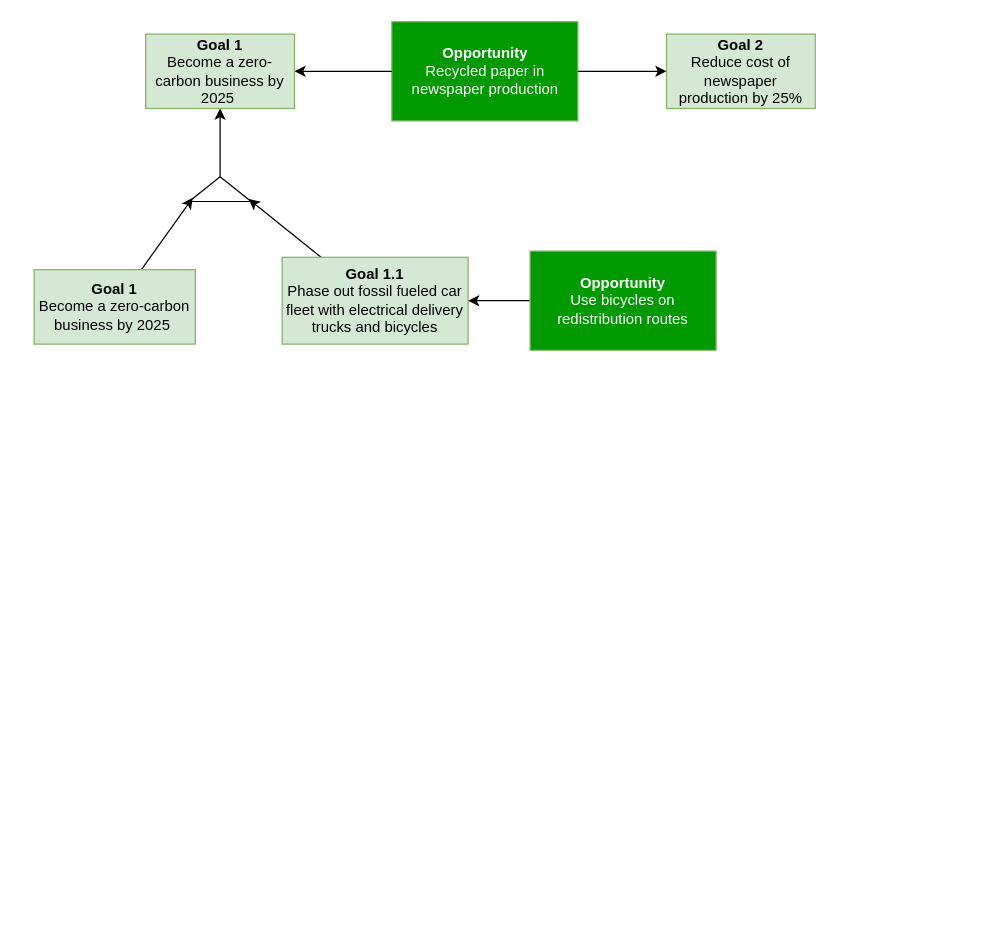
The draw.io diagram TS_4EM.drawio in gullskatten/TS-models-4em-archi, before the edit. Source tidied: cells renumbered, new cells numbered last; positions are measured from the earlier drawing's top-left corner, leaving out a move shared by most shapes. Both pictures are drawn from the tidied source at 124%, with x=0, y=0 at pixel (33, 21).
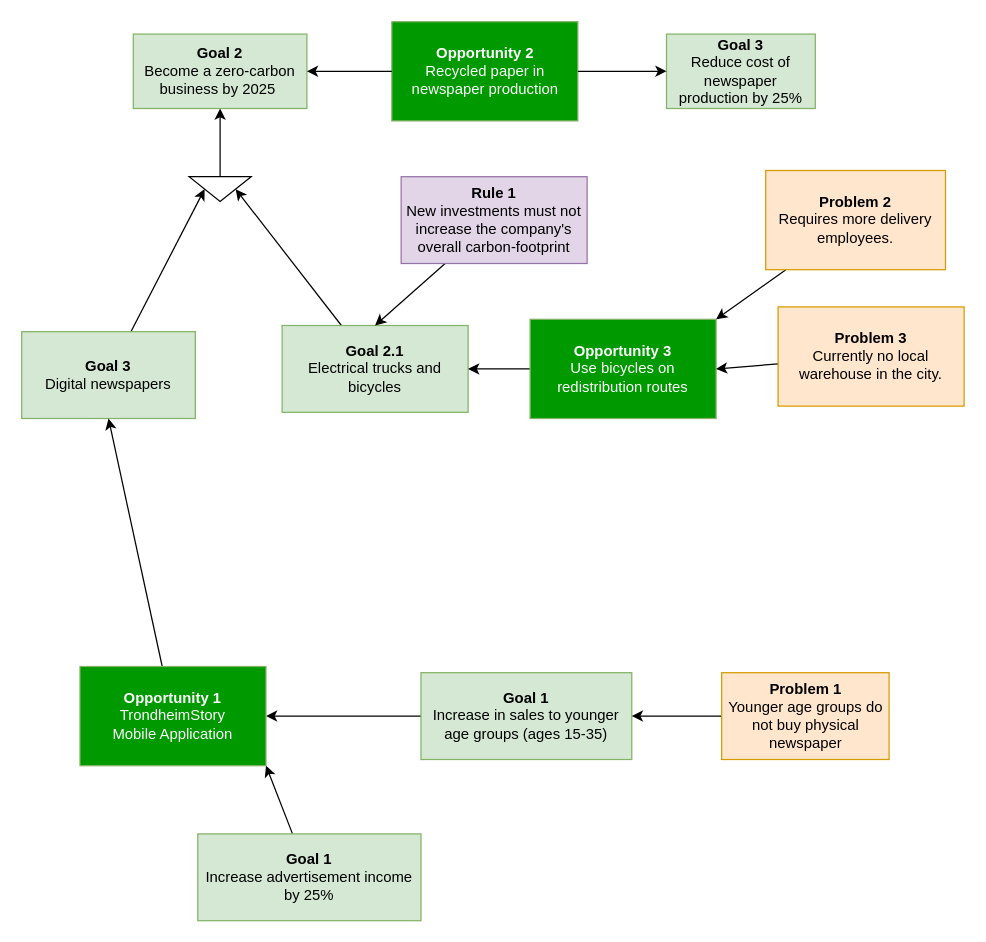
The same page after the edit.

Diff of the diagram source:
```diff
@@
-    <mxCell id="2" style="edgeStyle=orthogonalEdgeStyle;rounded=0;jettySize=auto;html=1;exitX=1;exitY=0.5;exitDx=0;exitDy=0;fontColor=#FFFFFF;entryX=0.5;entryY=1;entryDx=0;entryDy=0;" parent="1" edge="1" source="3" target="4">
+    <mxCell id="2" style="edgeStyle=orthogonalEdgeStyle;rounded=0;jettySize=auto;html=1;exitX=0;exitY=0.5;exitDx=0;exitDy=0;fontColor=#FFFFFF;entryX=0.5;entryY=1;entryDx=0;entryDy=0;" parent="1" edge="1" source="3" target="4">
       <mxGeometry relative="1" as="geometry" />
     </mxCell>
-    <mxCell id="3" style="triangle;whiteSpace=wrap;html=1;rotation=-90;" parent="1" vertex="1">
+    <mxCell id="3" style="triangle;whiteSpace=wrap;html=1;rotation=90;" parent="1" vertex="1">
       <mxGeometry x="140" y="110" width="20" height="50" as="geometry" />
     </mxCell>
-    <mxCell id="4" value="&lt;b&gt;Goal 1&lt;/b&gt;&lt;br&gt;Become a zero-carbon business by 2025&amp;nbsp;" style="rounded=0;whiteSpace=wrap;html=1;fillColor=#d5e8d4;strokeColor=#82b366;" parent="1" vertex="1">
-      <mxGeometry x="90" y="10" width="120" height="60" as="geometry" />
+    <mxCell id="4" value="&lt;b&gt;Goal 2&lt;/b&gt;&lt;br&gt;Become a zero-carbon business by 2025&amp;nbsp;" style="rounded=0;whiteSpace=wrap;html=1;fillColor=#d5e8d4;strokeColor=#82b366;" parent="1" vertex="1">
+      <mxGeometry x="80" y="10" width="140" height="60" as="geometry" />
     </mxCell>
-    <mxCell id="5" value="&lt;b&gt;Goal 2&lt;/b&gt;&lt;br&gt;Reduce cost of newspaper production by 25%" style="rounded=0;whiteSpace=wrap;html=1;fillColor=#d5e8d4;strokeColor=#82b366;" parent="1" vertex="1">
+    <mxCell id="5" value="&lt;b&gt;Goal 3&lt;/b&gt;&lt;br&gt;Reduce cost of newspaper production by 25%" style="rounded=0;whiteSpace=wrap;html=1;fillColor=#d5e8d4;strokeColor=#82b366;" parent="1" vertex="1">
       <mxGeometry x="510" y="10" width="120" height="60" as="geometry" />
     </mxCell>
-    <mxCell id="6" value="&lt;b&gt;Opportunity&lt;/b&gt;&lt;br&gt;Recycled paper in newspaper production" style="rounded=0;whiteSpace=wrap;html=1;strokeColor=#82b366;fontColor=#FFFFFF;fillColor=#009900;" parent="1" vertex="1">
+    <mxCell id="6" value="&lt;b&gt;Opportunity 2&lt;/b&gt;&lt;br&gt;Recycled paper in newspaper production" style="rounded=0;whiteSpace=wrap;html=1;strokeColor=#82b366;fontColor=#FFFFFF;fillColor=#009900;" parent="1" vertex="1">
       <mxGeometry x="288.5" width="150" height="80" as="geometry" />
     </mxCell>
@@
-    <mxCell id="9" style="rounded=0;jettySize=auto;html=1;entryX=0.15;entryY=0.06;entryDx=0;entryDy=0;fontColor=#FFFFFF;entryPerimeter=0;" parent="1" edge="1" source="10" target="3">
+    <mxCell id="9" style="rounded=0;jettySize=auto;html=1;entryX=0.5;entryY=1;entryDx=0;entryDy=0;fontColor=#FFFFFF;" parent="1" edge="1" source="10" target="3">
       <mxGeometry relative="1" as="geometry" />
     </mxCell>
-    <mxCell id="10" value="&lt;b&gt;Goal 1&lt;/b&gt;&lt;br&gt;Become a zero-carbon business by 2025&amp;nbsp;" style="rounded=0;whiteSpace=wrap;html=1;fillColor=#d5e8d4;strokeColor=#82b366;" parent="1" vertex="1">
-      <mxGeometry y="200" width="130" height="60" as="geometry" />
+    <mxCell id="10" value="&lt;b&gt;Goal 3&lt;/b&gt;&lt;br&gt;Digital newspapers" style="rounded=0;whiteSpace=wrap;html=1;fillColor=#d5e8d4;strokeColor=#82b366;" parent="1" vertex="1">
+      <mxGeometry x="-10" y="250" width="140" height="70" as="geometry" />
     </mxCell>
-    <mxCell id="11" style="edgeStyle=none;rounded=0;jettySize=auto;html=1;entryX=0.1;entryY=0.96;entryDx=0;entryDy=0;entryPerimeter=0;fontColor=#FFFFFF;" parent="1" edge="1" source="12" target="3">
+    <mxCell id="11" style="edgeStyle=none;rounded=0;jettySize=auto;html=1;entryX=0.5;entryY=0;entryDx=0;entryDy=0;fontColor=#FFFFFF;" parent="1" edge="1" source="12" target="3">
       <mxGeometry relative="1" as="geometry" />
     </mxCell>
-    <mxCell id="12" value="&lt;b&gt;Goal 1.1&lt;/b&gt;&lt;br&gt;Phase out fossil fueled car fleet with electrical delivery trucks and bicycles" style="rounded=0;whiteSpace=wrap;html=1;fillColor=#d5e8d4;strokeColor=#82b366;" parent="1" vertex="1">
-      <mxGeometry x="200" y="190" width="150" height="70" as="geometry" />
+    <mxCell id="12" value="&lt;b&gt;Goal 2.1&lt;/b&gt;&lt;br&gt;Electrical trucks and bicycles" style="rounded=0;whiteSpace=wrap;html=1;fillColor=#d5e8d4;strokeColor=#82b366;" parent="1" vertex="1">
+      <mxGeometry x="200" y="245" width="150" height="70" as="geometry" />
     </mxCell>
@@
-    <mxCell id="14" value="&lt;b&gt;Opportunity&lt;/b&gt;&lt;br&gt;Use bicycles on redistribution routes" style="rounded=0;whiteSpace=wrap;html=1;strokeColor=#82b366;fontColor=#FFFFFF;fillColor=#009900;" parent="1" vertex="1">
-      <mxGeometry x="400" y="185" width="150" height="80" as="geometry" />
+    <mxCell id="14" value="&lt;b&gt;Opportunity 3&lt;/b&gt;&lt;br&gt;Use bicycles on redistribution routes" style="rounded=0;whiteSpace=wrap;html=1;strokeColor=#82b366;fontColor=#FFFFFF;fillColor=#009900;" parent="1" vertex="1">
+      <mxGeometry x="400" y="240" width="150" height="80" as="geometry" />
     </mxCell>
+    <mxCell id="15" style="edgeStyle=none;rounded=0;jettySize=auto;html=1;entryX=1;entryY=0.5;entryDx=0;entryDy=0;fontColor=#FFFFFF;" parent="1" edge="1" source="16" target="18">
+      <mxGeometry relative="1" as="geometry" />
+    </mxCell>
+    <mxCell id="16" value="&lt;b&gt;Goal 1&lt;br&gt;&lt;/b&gt;Increase in sales to younger age groups (ages 15-35)" style="rounded=0;whiteSpace=wrap;html=1;fillColor=#d5e8d4;strokeColor=#82b366;" parent="1" vertex="1">
+      <mxGeometry x="312" y="525" width="170" height="70" as="geometry" />
+    </mxCell>
+    <mxCell id="17" style="edgeStyle=none;rounded=0;jettySize=auto;html=1;entryX=0.5;entryY=1;entryDx=0;entryDy=0;fontColor=#FFFFFF;" parent="1" edge="1" source="18" target="10">
+      <mxGeometry relative="1" as="geometry" />
+    </mxCell>
+    <mxCell id="18" value="&lt;b&gt;Opportunity 1&lt;/b&gt;&lt;br&gt;TrondheimStory &lt;br&gt;Mobile Application" style="rounded=0;whiteSpace=wrap;html=1;strokeColor=#82b366;fontColor=#FFFFFF;fillColor=#009900;" parent="1" vertex="1">
+      <mxGeometry x="37" y="520" width="150" height="80" as="geometry" />
+    </mxCell>
+    <mxCell id="19" style="edgeStyle=none;rounded=0;jettySize=auto;html=1;entryX=1;entryY=0.5;entryDx=0;entryDy=0;fontColor=#FFFFFF;" parent="1" edge="1" source="20" target="16">
+      <mxGeometry relative="1" as="geometry" />
+    </mxCell>
+    <mxCell id="20" value="&lt;b&gt;Problem 1&lt;/b&gt;&lt;br&gt;Younger age groups do not buy physical newspaper" style="rounded=0;whiteSpace=wrap;html=1;fillColor=#ffe6cc;strokeColor=#d79b00;" parent="1" vertex="1">
+      <mxGeometry x="554.5" y="525" width="135" height="70" as="geometry" />
+    </mxCell>
+    <mxCell id="21" style="edgeStyle=none;rounded=0;jettySize=auto;html=1;entryX=1;entryY=0;entryDx=0;entryDy=0;fontColor=#FFFFFF;" parent="1" edge="1" source="22" target="14">
+      <mxGeometry relative="1" as="geometry" />
+    </mxCell>
+    <mxCell id="22" value="&lt;b&gt;Problem 2&lt;/b&gt;&lt;br&gt;Requires more delivery employees." style="rounded=0;whiteSpace=wrap;html=1;fillColor=#ffe6cc;strokeColor=#d79b00;" parent="1" vertex="1">
+      <mxGeometry x="590" y="120" width="145" height="80" as="geometry" />
+    </mxCell>
+    <mxCell id="23" style="edgeStyle=none;rounded=0;jettySize=auto;html=1;entryX=1;entryY=0.5;entryDx=0;entryDy=0;fontColor=#FFFFFF;" parent="1" edge="1" source="24" target="14">
+      <mxGeometry relative="1" as="geometry" />
+    </mxCell>
+    <mxCell id="24" value="&lt;b&gt;Problem 3&lt;/b&gt;&lt;br&gt;Currently no local warehouse in the city." style="rounded=0;whiteSpace=wrap;html=1;fillColor=#ffe6cc;strokeColor=#d79b00;" parent="1" vertex="1">
+      <mxGeometry x="600" y="230" width="150" height="80" as="geometry" />
+    </mxCell>
+    <mxCell id="25" style="edgeStyle=none;rounded=0;jettySize=auto;html=1;fontColor=#FFFFFF;entryX=0.5;entryY=0;entryDx=0;entryDy=0;" parent="1" edge="1" source="26" target="12">
+      <mxGeometry relative="1" as="geometry" />
+    </mxCell>
+    <mxCell id="26" value="&lt;b&gt;Rule 1&lt;/b&gt;&lt;br&gt;New investments must not increase the company's overall carbon-footprint" style="rounded=0;whiteSpace=wrap;html=1;fillColor=#e1d5e7;strokeColor=#9673a6;" parent="1" vertex="1">
+      <mxGeometry x="296" y="125" width="150" height="70" as="geometry" />
+    </mxCell>
+    <mxCell id="27" style="edgeStyle=none;rounded=0;orthogonalLoop=1;jettySize=auto;html=1;exitX=0.5;exitY=1;exitDx=0;exitDy=0;fontColor=#FFFFFF;" parent="1" edge="1" source="26" target="26">
+      <mxGeometry relative="1" as="geometry" />
+    </mxCell>
+    <mxCell id="28" style="edgeStyle=none;rounded=0;jettySize=auto;html=1;entryX=1;entryY=1;entryDx=0;entryDy=0;fontColor=#FFFFFF;" parent="1" edge="1" source="29" target="18">
+      <mxGeometry relative="1" as="geometry" />
+    </mxCell>
+    <mxCell id="29" value="&lt;b&gt;Goal 1&lt;br&gt;&lt;/b&gt;Increase advertisement income by 25%" style="rounded=0;whiteSpace=wrap;html=1;fillColor=#d5e8d4;strokeColor=#82b366;" parent="1" vertex="1">
+      <mxGeometry x="132" y="655" width="180" height="70" as="geometry" />
+    </mxCell>
```
